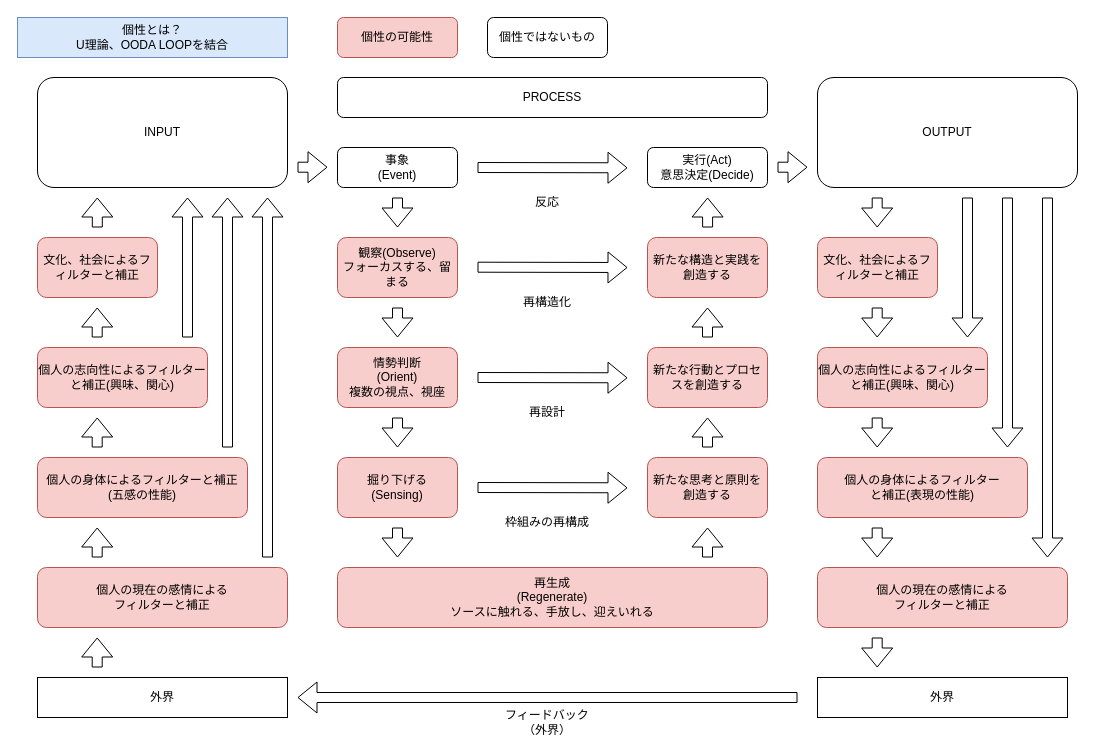
The draw.io diagram qiita_個性_瞑想.drawio in YossyIto/booklog_drowio, before the edit. Source tidied: cells renumbered, new cells numbered last; positions are measured from the earlier drawing's top-left corner, leaving out a move shared by most shapes. Both pictures are drawn from the tidied source at 100%, with x=0, y=0 at pixel (17, 17).
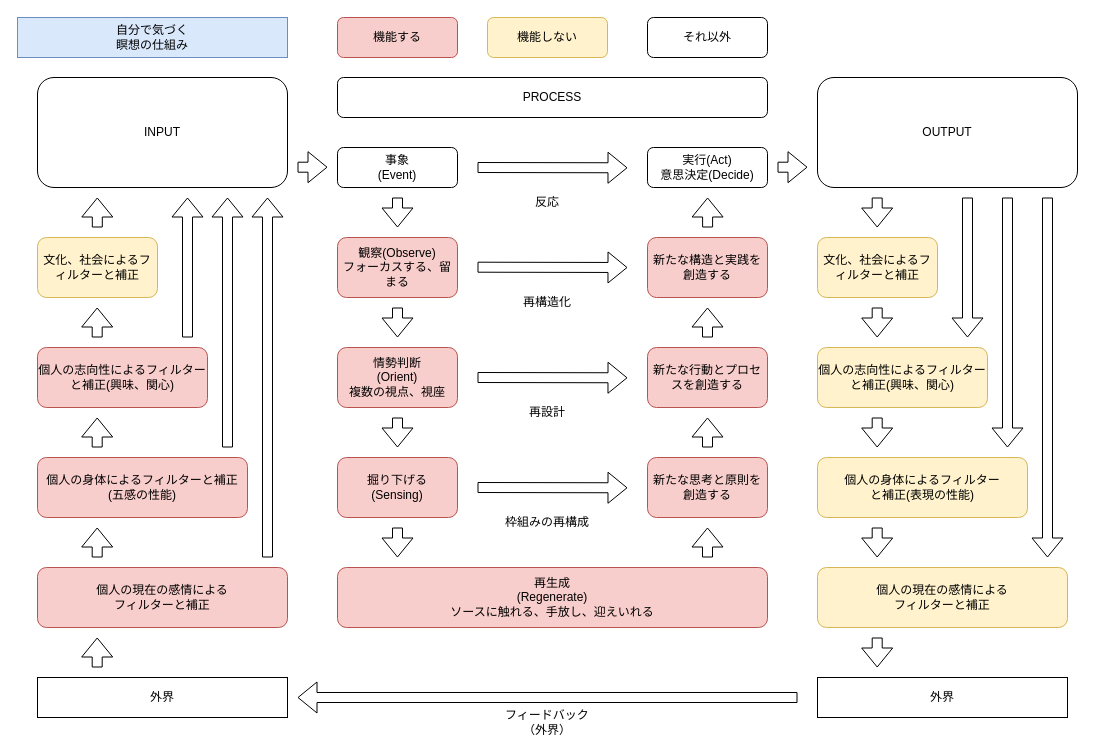
After the change.

Commit message:
qiita_個性_瞑想.drawio を更新します

The edit, as a diff of the source:
```diff
@@
-    <mxCell id="2" value="個性とは？&lt;div&gt;U理論、OODA LOOPを結合&lt;/div&gt;" style="text;html=1;align=center;verticalAlign=middle;whiteSpace=wrap;rounded=0;fillColor=#dae8fc;strokeColor=#6c8ebf;" parent="1" vertex="1">
+    <mxCell id="2" value="自分で気づく&lt;div&gt;瞑想の仕組み&lt;/div&gt;" style="text;html=1;align=center;verticalAlign=middle;whiteSpace=wrap;rounded=0;fillColor=#dae8fc;strokeColor=#6c8ebf;" parent="1" vertex="1">
       <mxGeometry width="270" height="40" as="geometry" />
     </mxCell>
@@
-    <mxCell id="10" value="個性の可能性" style="rounded=1;whiteSpace=wrap;html=1;fillColor=#f8cecc;strokeColor=#b85450;" parent="1" vertex="1">
+    <mxCell id="10" value="機能する" style="rounded=1;whiteSpace=wrap;html=1;fillColor=#f8cecc;strokeColor=#b85450;" parent="1" vertex="1">
       <mxGeometry x="320" width="120" height="40" as="geometry" />
     </mxCell>
@@
-    <mxCell id="13" value="文化、社会によるフィルターと補正" style="rounded=1;whiteSpace=wrap;html=1;fillColor=#f8cecc;strokeColor=#b85450;" parent="1" vertex="1">
+    <mxCell id="13" value="文化、社会によるフィルターと補正" style="rounded=1;whiteSpace=wrap;html=1;fillColor=#fff2cc;strokeColor=#d6b656;" parent="1" vertex="1">
       <mxGeometry x="20" y="220" width="120" height="60" as="geometry" />
     </mxCell>
@@
-    <mxCell id="22" value="個人の志向性によるフィルター&lt;div&gt;と補正(興味、関心)&lt;/div&gt;" style="rounded=1;whiteSpace=wrap;html=1;fillColor=#f8cecc;strokeColor=#b85450;" parent="1" vertex="1">
+    <mxCell id="22" value="個人の志向性によるフィルター&lt;div&gt;と補正(興味、関心)&lt;/div&gt;" style="rounded=1;whiteSpace=wrap;html=1;fillColor=#fff2cc;strokeColor=#d6b656;" parent="1" vertex="1">
       <mxGeometry x="800" y="330" width="170" height="60" as="geometry" />
     </mxCell>
-    <mxCell id="23" value="個人の身体によるフィルター&lt;div&gt;と補正(表現の性能)&lt;/div&gt;" style="rounded=1;whiteSpace=wrap;html=1;fillColor=#f8cecc;strokeColor=#b85450;" parent="1" vertex="1">
+    <mxCell id="23" value="個人の身体によるフィルター&lt;div&gt;と補正(表現の性能)&lt;/div&gt;" style="rounded=1;whiteSpace=wrap;html=1;fillColor=#fff2cc;strokeColor=#d6b656;" parent="1" vertex="1">
       <mxGeometry x="800" y="440" width="210" height="60" as="geometry" />
     </mxCell>
-    <mxCell id="24" value="文化、社会によるフィルターと補正" style="rounded=1;whiteSpace=wrap;html=1;fillColor=#f8cecc;strokeColor=#b85450;" parent="1" vertex="1">
+    <mxCell id="24" value="文化、社会によるフィルターと補正" style="rounded=1;whiteSpace=wrap;html=1;fillColor=#fff2cc;strokeColor=#d6b656;" parent="1" vertex="1">
       <mxGeometry x="800" y="220" width="120" height="60" as="geometry" />
     </mxCell>
-    <mxCell id="25" value="個人の現在の感情による&lt;div&gt;フィルターと補正&lt;/div&gt;" style="rounded=1;whiteSpace=wrap;html=1;fillColor=#f8cecc;strokeColor=#b85450;" parent="1" vertex="1">
+    <mxCell id="25" value="個人の現在の感情による&lt;div&gt;フィルターと補正&lt;/div&gt;" style="rounded=1;whiteSpace=wrap;html=1;fillColor=#fff2cc;strokeColor=#d6b656;" parent="1" vertex="1">
       <mxGeometry x="800" y="550" width="250" height="60" as="geometry" />
     </mxCell>
@@
-    <mxCell id="62" value="個性ではないもの" style="rounded=1;whiteSpace=wrap;html=1;" parent="1" vertex="1">
+    <mxCell id="62" value="機能しない" style="rounded=1;whiteSpace=wrap;html=1;fillColor=#fff2cc;strokeColor=#d6b656;" parent="1" vertex="1">
       <mxGeometry x="470" width="120" height="40" as="geometry" />
     </mxCell>
+    <mxCell id="63" value="それ以外" style="rounded=1;whiteSpace=wrap;html=1;" parent="1" vertex="1">
+      <mxGeometry x="630" width="120" height="40" as="geometry" />
+    </mxCell>
```
